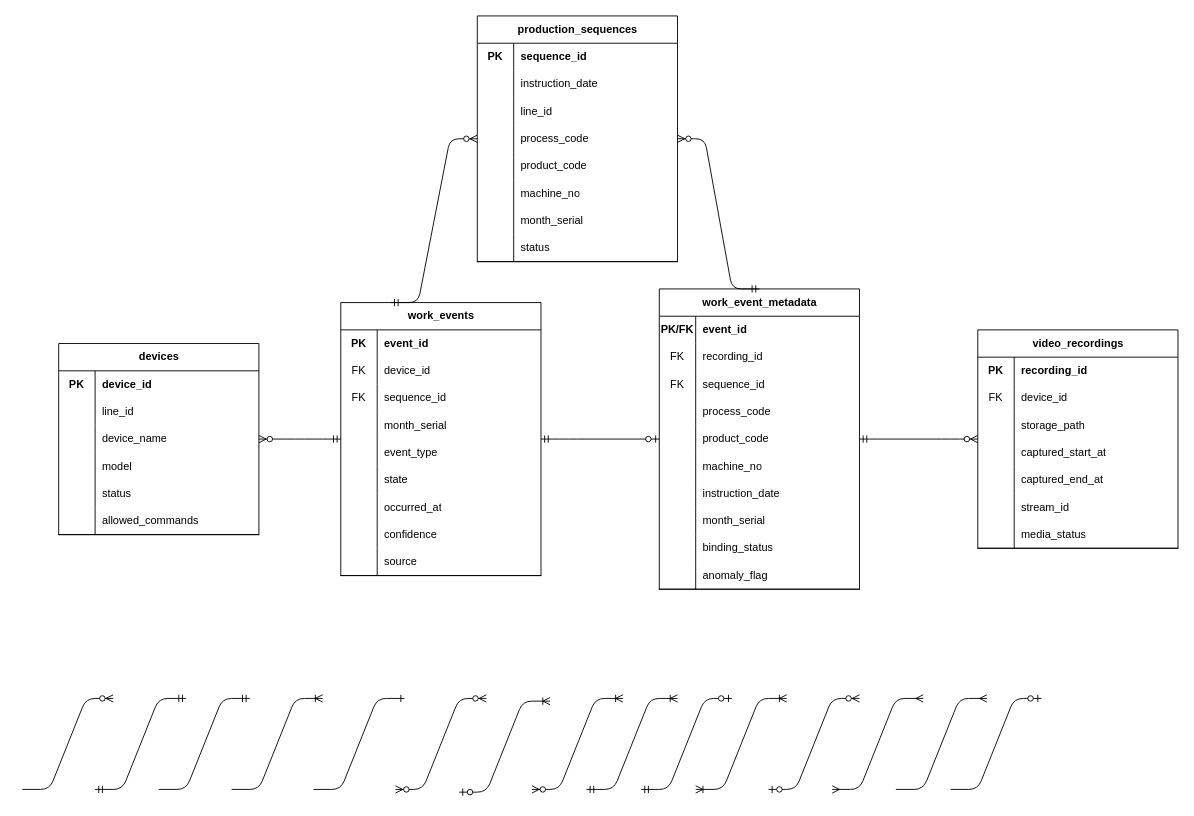
Above: docs/03000_設計書/03030_業務サービス層設計/03036_データベース設計書/業務サービス層ER図.drawio in daichiTAAA/AirakuVision (draw.io), before the change. Source tidied: cells renumbered, new cells numbered last; positions are measured from the earlier drawing's top-left corner, leaving out a move shared by most shapes. Both pictures are drawn from the tidied source at 91%, with x=0, y=0 at pixel (22, 15).
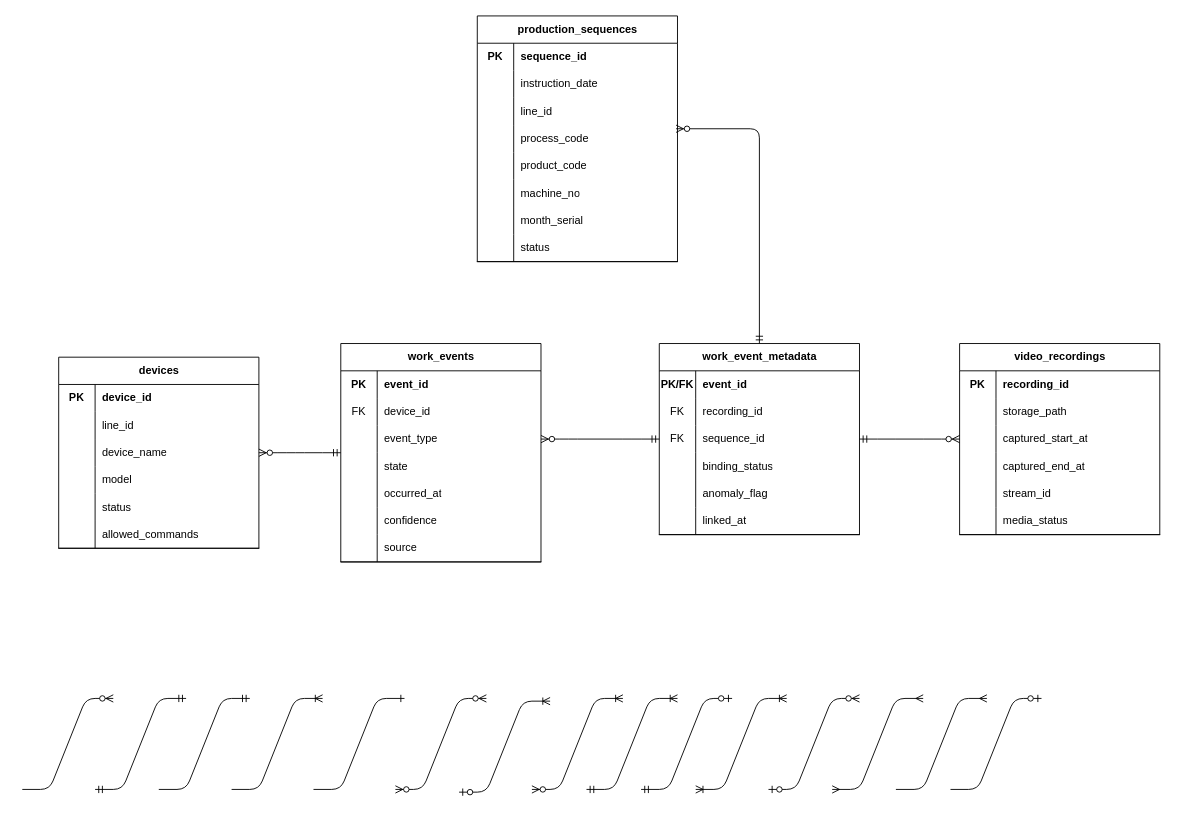
The same diagram, later.

Commit message (it also covers changes not shown here):
設計書を追加した

Unchanged cells that the change refers to:
```xml
<mxCell id="21" value="production_sequences" style="shape=table;startSize=30;childLayout=tableLayout;rowLines=0;fontStyle=1;align=center;html=1;" parent="1" vertex="1">
  <mxGeometry x="500" width="220" height="270" as="geometry" />
</mxCell>
<mxCell id="31" style="shape=tableRow;horizontal=0;startSize=0;swimlaneHead=0;swimlaneBody=0;fillColor=none;points=[[0,0.5],[1,0.5]];portConstraint=eastwest;top=0;left=0;right=0;bottom=0;" parent="21" vertex="1">
  <mxGeometry y="120" width="220" height="30" as="geometry" />
</mxCell>
<mxCell id="81" style="shape=tableRow;horizontal=0;startSize=0;swimlaneHead=0;swimlaneBody=0;fillColor=none;points=[[0,0.5],[1,0.5]];portConstraint=eastwest;top=0;left=0;right=0;bottom=0;" parent="74" vertex="1">
  <mxGeometry y="90" width="220" height="30" as="geometry" />
</mxCell>
<mxCell id="84" style="shape=tableRow;horizontal=0;startSize=0;swimlaneHead=0;swimlaneBody=0;fillColor=none;top=0;left=0;right=0;bottom=0;" parent="74" vertex="1">
  <mxGeometry y="120" width="220" height="30" as="geometry" />
</mxCell>
<mxCell id="87" style="shape=tableRow;horizontal=0;startSize=0;swimlaneHead=0;swimlaneBody=0;fillColor=none;top=0;left=0;right=0;bottom=0;" parent="74" vertex="1">
  <mxGeometry y="150" width="220" height="30" as="geometry" />
</mxCell>
```

The edit, as a diff of the source:
```diff
@@
     <mxCell id="2" value="devices" style="shape=table;startSize=30;childLayout=tableLayout;rowLines=0;fontStyle=1;align=center;html=1;" parent="1" vertex="1">
-      <mxGeometry x="40" y="360" width="220" height="210" as="geometry" />
+      <mxGeometry x="40" y="375" width="220" height="210" as="geometry" />
     </mxCell>
@@
     <mxCell id="46" value="work_events" style="shape=table;startSize=30;childLayout=tableLayout;rowLines=0;fontStyle=1;align=center;html=1;" parent="1" vertex="1">
-      <mxGeometry x="350" y="315" width="220" height="300" as="geometry" />
+      <mxGeometry x="350" y="360" width="220" height="240" as="geometry" />
     </mxCell>
@@
-    <mxCell id="53" style="shape=tableRow;horizontal=0;startSize=0;swimlaneHead=0;swimlaneBody=0;fillColor=none;top=0;left=0;right=0;bottom=0;" parent="46" vertex="1">
-      <mxGeometry y="90" width="220" height="30" as="geometry" />
-    </mxCell>
-    <mxCell id="54" value="FK" style="shape=partialRectangle;fillColor=none;top=0;left=0;bottom=0;right=0;overflow=hidden;whiteSpace=wrap;html=1;" parent="53" vertex="1">
-      <mxGeometry width="40" height="30" as="geometry" />
-    </mxCell>
-    <mxCell id="55" value="sequence_id" style="shape=partialRectangle;fillColor=none;top=0;left=0;bottom=0;right=0;align=left;spacingLeft=6;overflow=hidden;whiteSpace=wrap;html=1;" parent="53" vertex="1">
-      <mxGeometry x="40" width="180" height="30" as="geometry" />
-    </mxCell>
-    <mxCell id="56" style="shape=tableRow;horizontal=0;startSize=0;swimlaneHead=0;swimlaneBody=0;fillColor=none;top=0;left=0;right=0;bottom=0;" parent="46" vertex="1">
-      <mxGeometry y="120" width="220" height="30" as="geometry" />
-    </mxCell>
-    <mxCell id="57" style="shape=partialRectangle;fillColor=none;top=0;left=0;bottom=0;right=0;overflow=hidden;whiteSpace=wrap;html=1;" parent="56" vertex="1">
-      <mxGeometry width="40" height="30" as="geometry" />
-    </mxCell>
-    <mxCell id="58" value="month_serial" style="shape=partialRectangle;fillColor=none;top=0;left=0;bottom=0;right=0;align=left;spacingLeft=6;overflow=hidden;whiteSpace=wrap;html=1;" parent="56" vertex="1">
-      <mxGeometry x="40" width="180" height="30" as="geometry" />
-    </mxCell>
     <mxCell id="59" style="shape=tableRow;horizontal=0;startSize=0;swimlaneHead=0;swimlaneBody=0;fillColor=none;points=[[0,0.5],[1,0.5]];portConstraint=eastwest;top=0;left=0;right=0;bottom=0;" parent="46" vertex="1">
-      <mxGeometry y="150" width="220" height="30" as="geometry" />
+      <mxGeometry y="90" width="220" height="30" as="geometry" />
     </mxCell>
@@
     <mxCell id="62" style="shape=tableRow;horizontal=0;startSize=0;swimlaneHead=0;swimlaneBody=0;fillColor=none;top=0;left=0;right=0;bottom=0;" parent="46" vertex="1">
-      <mxGeometry y="180" width="220" height="30" as="geometry" />
+      <mxGeometry y="120" width="220" height="30" as="geometry" />
     </mxCell>
@@
     <mxCell id="65" style="shape=tableRow;horizontal=0;startSize=0;swimlaneHead=0;swimlaneBody=0;fillColor=none;top=0;left=0;right=0;bottom=0;" parent="46" vertex="1">
-      <mxGeometry y="210" width="220" height="30" as="geometry" />
+      <mxGeometry y="150" width="220" height="30" as="geometry" />
     </mxCell>
@@
     <mxCell id="68" style="shape=tableRow;horizontal=0;startSize=0;swimlaneHead=0;swimlaneBody=0;fillColor=none;top=0;left=0;right=0;bottom=0;" parent="46" vertex="1">
-      <mxGeometry y="240" width="220" height="30" as="geometry" />
+      <mxGeometry y="180" width="220" height="30" as="geometry" />
     </mxCell>
@@
     <mxCell id="71" style="shape=tableRow;horizontal=0;startSize=0;swimlaneHead=0;swimlaneBody=0;fillColor=none;top=0;left=0;right=0;bottom=1;" parent="46" vertex="1">
-      <mxGeometry y="270" width="220" height="30" as="geometry" />
+      <mxGeometry y="210" width="220" height="30" as="geometry" />
     </mxCell>
@@
     <mxCell id="74" value="work_event_metadata" style="shape=table;startSize=30;childLayout=tableLayout;rowLines=0;fontStyle=1;align=center;html=1;" parent="1" vertex="1">
-      <mxGeometry x="700" y="300" width="220" height="330" as="geometry" />
+      <mxGeometry x="700" y="360" width="220" height="210" as="geometry" />
     </mxCell>
@@
-    <mxCell id="86" value="process_code" style="shape=partialRectangle;fillColor=none;top=0;left=0;bottom=0;right=0;align=left;spacingLeft=6;overflow=hidden;whiteSpace=wrap;html=1;" parent="84" vertex="1">
+    <mxCell id="86" value="binding_status" style="shape=partialRectangle;fillColor=none;top=0;left=0;bottom=0;right=0;align=left;spacingLeft=6;overflow=hidden;whiteSpace=wrap;html=1;" parent="84" vertex="1">
       <mxGeometry x="40" width="180" height="30" as="geometry" />
     </mxCell>
@@
-    <mxCell id="89" value="product_code" style="shape=partialRectangle;fillColor=none;top=0;left=0;bottom=0;right=0;align=left;spacingLeft=6;overflow=hidden;whiteSpace=wrap;html=1;" parent="87" vertex="1">
+    <mxCell id="89" value="anomaly_flag" style="shape=partialRectangle;fillColor=none;top=0;left=0;bottom=0;right=0;align=left;spacingLeft=6;overflow=hidden;whiteSpace=wrap;html=1;" parent="87" vertex="1">
       <mxGeometry x="40" width="180" height="30" as="geometry" />
     </mxCell>
-    <mxCell id="90" style="shape=tableRow;horizontal=0;startSize=0;swimlaneHead=0;swimlaneBody=0;fillColor=none;top=0;left=0;right=0;bottom=0;" parent="74" vertex="1">
+    <mxCell id="90" style="shape=tableRow;horizontal=0;startSize=0;swimlaneHead=0;swimlaneBody=0;fillColor=none;top=0;left=0;right=0;bottom=1;" parent="74" vertex="1">
       <mxGeometry y="180" width="220" height="30" as="geometry" />
     </mxCell>
@@
-    <mxCell id="92" value="machine_no" style="shape=partialRectangle;fillColor=none;top=0;left=0;bottom=0;right=0;align=left;spacingLeft=6;overflow=hidden;whiteSpace=wrap;html=1;" parent="90" vertex="1">
+    <mxCell id="92" value="linked_at" style="shape=partialRectangle;fillColor=none;top=0;left=0;bottom=0;right=0;align=left;spacingLeft=6;overflow=hidden;whiteSpace=wrap;html=1;" parent="90" vertex="1">
       <mxGeometry x="40" width="180" height="30" as="geometry" />
     </mxCell>
-    <mxCell id="93" style="shape=tableRow;horizontal=0;startSize=0;swimlaneHead=0;swimlaneBody=0;fillColor=none;points=[[0,0.5],[1,0.5]];portConstraint=eastwest;top=0;left=0;right=0;bottom=0;" parent="74" vertex="1">
-      <mxGeometry y="210" width="220" height="30" as="geometry" />
+    <mxCell id="93" value="video_recordings" style="shape=table;startSize=30;childLayout=tableLayout;rowLines=0;fontStyle=1;align=center;html=1;" parent="1" vertex="1">
+      <mxGeometry x="1030" y="360" width="220" height="210" as="geometry" />
     </mxCell>
-    <mxCell id="94" style="shape=partialRectangle;fillColor=none;top=0;left=0;bottom=0;right=0;overflow=hidden;whiteSpace=wrap;html=1;" parent="93" vertex="1">
-      <mxGeometry width="40" height="30" as="geometry" />
+    <mxCell id="94" style="shape=tableRow;horizontal=0;startSize=0;swimlaneHead=0;swimlaneBody=0;fillColor=none;top=0;left=0;right=0;bottom=0;" parent="93" vertex="1">
+      <mxGeometry y="30" width="220" height="30" as="geometry" />
     </mxCell>
-    <mxCell id="95" value="instruction_date" style="shape=partialRectangle;fillColor=none;top=0;left=0;bottom=0;right=0;align=left;spacingLeft=6;overflow=hidden;whiteSpace=wrap;html=1;" parent="93" vertex="1">
-      <mxGeometry x="40" width="180" height="30" as="geometry" />
+    <mxCell id="95" value="PK" style="shape=partialRectangle;fillColor=none;top=0;left=0;bottom=0;right=0;fontStyle=1;overflow=hidden;whiteSpace=wrap;html=1;" parent="94" vertex="1">
+      <mxGeometry width="40" height="30" as="geometry" />
     </mxCell>
-    <mxCell id="96" style="shape=tableRow;horizontal=0;startSize=0;swimlaneHead=0;swimlaneBody=0;fillColor=none;top=0;left=0;right=0;bottom=0;" parent="74" vertex="1">
-      <mxGeometry y="240" width="220" height="30" as="geometry" />
+    <mxCell id="96" value="recording_id" style="shape=partialRectangle;fillColor=none;top=0;left=0;bottom=0;right=0;align=left;spacingLeft=6;fontStyle=1;overflow=hidden;whiteSpace=wrap;html=1;" parent="94" vertex="1">
+      <mxGeometry x="40" width="180" height="30" as="geometry" />
     </mxCell>
-    <mxCell id="97" style="shape=partialRectangle;fillColor=none;top=0;left=0;bottom=0;right=0;overflow=hidden;whiteSpace=wrap;html=1;" parent="96" vertex="1">
-      <mxGeometry width="40" height="30" as="geometry" />
-    </mxCell>
-    <mxCell id="98" value="month_serial" style="shape=partialRectangle;fillColor=none;top=0;left=0;bottom=0;right=0;align=left;spacingLeft=6;overflow=hidden;whiteSpace=wrap;html=1;" parent="96" vertex="1">
-      <mxGeometry x="40" width="180" height="30" as="geometry" />
-    </mxCell>
-    <mxCell id="99" style="shape=tableRow;horizontal=0;startSize=0;swimlaneHead=0;swimlaneBody=0;fillColor=none;top=0;left=0;right=0;bottom=0;" parent="74" vertex="1">
-      <mxGeometry y="270" width="220" height="30" as="geometry" />
-    </mxCell>
-    <mxCell id="100" style="shape=partialRectangle;fillColor=none;top=0;left=0;bottom=0;right=0;overflow=hidden;whiteSpace=wrap;html=1;" parent="99" vertex="1">
-      <mxGeometry width="40" height="30" as="geometry" />
+    <mxCell id="100" style="shape=tableRow;horizontal=0;startSize=0;swimlaneHead=0;swimlaneBody=0;fillColor=none;top=0;left=0;right=0;bottom=0;" parent="93" vertex="1">
+      <mxGeometry y="60" width="220" height="30" as="geometry" />
     </mxCell>
-    <mxCell id="101" value="binding_status" style="shape=partialRectangle;fillColor=none;top=0;left=0;bottom=0;right=0;align=left;spacingLeft=6;overflow=hidden;whiteSpace=wrap;html=1;" parent="99" vertex="1">
-      <mxGeometry x="40" width="180" height="30" as="geometry" />
+    <mxCell id="101" style="shape=partialRectangle;fillColor=none;top=0;left=0;bottom=0;right=0;overflow=hidden;whiteSpace=wrap;html=1;" parent="100" vertex="1">
+      <mxGeometry width="40" height="30" as="geometry" />
     </mxCell>
-    <mxCell id="102" style="shape=tableRow;horizontal=0;startSize=0;swimlaneHead=0;swimlaneBody=0;fillColor=none;top=0;left=0;right=0;bottom=1;" parent="74" vertex="1">
-      <mxGeometry y="300" width="220" height="30" as="geometry" />
+    <mxCell id="102" value="storage_path" style="shape=partialRectangle;fillColor=none;top=0;left=0;bottom=0;right=0;align=left;spacingLeft=6;overflow=hidden;whiteSpace=wrap;html=1;" parent="100" vertex="1">
+      <mxGeometry x="40" width="180" height="30" as="geometry" />
     </mxCell>
-    <mxCell id="103" style="shape=partialRectangle;fillColor=none;top=0;left=0;bottom=0;right=0;overflow=hidden;whiteSpace=wrap;html=1;" parent="102" vertex="1">
-      <mxGeometry width="40" height="30" as="geometry" />
+    <mxCell id="103" style="shape=tableRow;horizontal=0;startSize=0;swimlaneHead=0;swimlaneBody=0;fillColor=none;top=0;left=0;right=0;bottom=0;" parent="93" vertex="1">
+      <mxGeometry y="90" width="220" height="30" as="geometry" />
     </mxCell>
-    <mxCell id="104" value="anomaly_flag" style="shape=partialRectangle;fillColor=none;top=0;left=0;bottom=0;right=0;align=left;spacingLeft=6;overflow=hidden;whiteSpace=wrap;html=1;" parent="102" vertex="1">
-      <mxGeometry x="40" width="180" height="30" as="geometry" />
+    <mxCell id="104" style="shape=partialRectangle;fillColor=none;top=0;left=0;bottom=0;right=0;overflow=hidden;whiteSpace=wrap;html=1;" parent="103" vertex="1">
+      <mxGeometry width="40" height="30" as="geometry" />
     </mxCell>
-    <mxCell id="105" value="video_recordings" style="shape=table;startSize=30;childLayout=tableLayout;rowLines=0;fontStyle=1;align=center;html=1;" parent="1" vertex="1">
-      <mxGeometry x="1050" y="345" width="220" height="240" as="geometry" />
+    <mxCell id="105" value="captured_start_at" style="shape=partialRectangle;fillColor=none;top=0;left=0;bottom=0;right=0;align=left;spacingLeft=6;overflow=hidden;whiteSpace=wrap;html=1;" parent="103" vertex="1">
+      <mxGeometry x="40" width="180" height="30" as="geometry" />
     </mxCell>
-    <mxCell id="106" style="shape=tableRow;horizontal=0;startSize=0;swimlaneHead=0;swimlaneBody=0;fillColor=none;top=0;left=0;right=0;bottom=0;" parent="105" vertex="1">
-      <mxGeometry y="30" width="220" height="30" as="geometry" />
+    <mxCell id="106" style="shape=tableRow;horizontal=0;startSize=0;swimlaneHead=0;swimlaneBody=0;fillColor=none;top=0;left=0;right=0;bottom=0;" parent="93" vertex="1">
+      <mxGeometry y="120" width="220" height="30" as="geometry" />
     </mxCell>
-    <mxCell id="107" value="PK" style="shape=partialRectangle;fillColor=none;top=0;left=0;bottom=0;right=0;fontStyle=1;overflow=hidden;whiteSpace=wrap;html=1;" parent="106" vertex="1">
+    <mxCell id="107" style="shape=partialRectangle;fillColor=none;top=0;left=0;bottom=0;right=0;overflow=hidden;whiteSpace=wrap;html=1;" parent="106" vertex="1">
       <mxGeometry width="40" height="30" as="geometry" />
     </mxCell>
-    <mxCell id="108" value="recording_id" style="shape=partialRectangle;fillColor=none;top=0;left=0;bottom=0;right=0;align=left;spacingLeft=6;fontStyle=1;overflow=hidden;whiteSpace=wrap;html=1;" parent="106" vertex="1">
+    <mxCell id="108" value="captured_end_at" style="shape=partialRectangle;fillColor=none;top=0;left=0;bottom=0;right=0;align=left;spacingLeft=6;overflow=hidden;whiteSpace=wrap;html=1;" parent="106" vertex="1">
       <mxGeometry x="40" width="180" height="30" as="geometry" />
     </mxCell>
-    <mxCell id="109" style="shape=tableRow;horizontal=0;startSize=0;swimlaneHead=0;swimlaneBody=0;fillColor=none;top=0;left=0;right=0;bottom=0;" parent="105" vertex="1">
-      <mxGeometry y="60" width="220" height="30" as="geometry" />
+    <mxCell id="109" style="shape=tableRow;horizontal=0;startSize=0;swimlaneHead=0;swimlaneBody=0;fillColor=none;top=0;left=0;right=0;bottom=0;" parent="93" vertex="1">
+      <mxGeometry y="150" width="220" height="30" as="geometry" />
     </mxCell>
-    <mxCell id="110" value="FK" style="shape=partialRectangle;fillColor=none;top=0;left=0;bottom=0;right=0;overflow=hidden;whiteSpace=wrap;html=1;" parent="109" vertex="1">
+    <mxCell id="110" style="shape=partialRectangle;fillColor=none;top=0;left=0;bottom=0;right=0;overflow=hidden;whiteSpace=wrap;html=1;" parent="109" vertex="1">
       <mxGeometry width="40" height="30" as="geometry" />
     </mxCell>
-    <mxCell id="111" value="device_id" style="shape=partialRectangle;fillColor=none;top=0;left=0;bottom=0;right=0;align=left;spacingLeft=6;overflow=hidden;whiteSpace=wrap;html=1;" parent="109" vertex="1">
+    <mxCell id="111" value="stream_id" style="shape=partialRectangle;fillColor=none;top=0;left=0;bottom=0;right=0;align=left;spacingLeft=6;overflow=hidden;whiteSpace=wrap;html=1;" parent="109" vertex="1">
       <mxGeometry x="40" width="180" height="30" as="geometry" />
     </mxCell>
-    <mxCell id="112" style="shape=tableRow;horizontal=0;startSize=0;swimlaneHead=0;swimlaneBody=0;fillColor=none;top=0;left=0;right=0;bottom=0;" parent="105" vertex="1">
-      <mxGeometry y="90" width="220" height="30" as="geometry" />
+    <mxCell id="112" style="shape=tableRow;horizontal=0;startSize=0;swimlaneHead=0;swimlaneBody=0;fillColor=none;top=0;left=0;right=0;bottom=1;" parent="93" vertex="1">
+      <mxGeometry y="180" width="220" height="30" as="geometry" />
     </mxCell>
@@
-    <mxCell id="114" value="storage_path" style="shape=partialRectangle;fillColor=none;top=0;left=0;bottom=0;right=0;align=left;spacingLeft=6;overflow=hidden;whiteSpace=wrap;html=1;" parent="112" vertex="1">
+    <mxCell id="114" value="media_status" style="shape=partialRectangle;fillColor=none;top=0;left=0;bottom=0;right=0;align=left;spacingLeft=6;overflow=hidden;whiteSpace=wrap;html=1;" parent="112" vertex="1">
       <mxGeometry x="40" width="180" height="30" as="geometry" />
     </mxCell>
-    <mxCell id="115" style="shape=tableRow;horizontal=0;startSize=0;swimlaneHead=0;swimlaneBody=0;fillColor=none;top=0;left=0;right=0;bottom=0;" parent="105" vertex="1">
-      <mxGeometry y="120" width="220" height="30" as="geometry" />
+    <mxCell id="115" style="edgeStyle=entityRelationEdgeStyle;fontSize=12;html=1;startArrow=ERzeroToMany;startFill=1;endArrow=ERmandOne;" parent="1" edge="1" source="2" target="46">
+      <mxGeometry relative="1" as="geometry" />
     </mxCell>
-    <mxCell id="116" style="shape=partialRectangle;fillColor=none;top=0;left=0;bottom=0;right=0;overflow=hidden;whiteSpace=wrap;html=1;" parent="115" vertex="1">
-      <mxGeometry width="40" height="30" as="geometry" />
-    </mxCell>
-    <mxCell id="117" value="captured_start_at" style="shape=partialRectangle;fillColor=none;top=0;left=0;bottom=0;right=0;align=left;spacingLeft=6;overflow=hidden;whiteSpace=wrap;html=1;" parent="115" vertex="1">
-      <mxGeometry x="40" width="180" height="30" as="geometry" />
-    </mxCell>
-    <mxCell id="118" style="shape=tableRow;horizontal=0;startSize=0;swimlaneHead=0;swimlaneBody=0;fillColor=none;top=0;left=0;right=0;bottom=0;" parent="105" vertex="1">
-      <mxGeometry y="150" width="220" height="30" as="geometry" />
+    <mxCell id="118" style="edgeStyle=entityRelationEdgeStyle;fontSize=12;html=1;startArrow=ERzeroToMany;startFill=1;endArrow=ERmandOne;" parent="1" edge="1" source="93" target="74">
+      <mxGeometry relative="1" as="geometry" />
     </mxCell>
-    <mxCell id="119" style="shape=partialRectangle;fillColor=none;top=0;left=0;bottom=0;right=0;overflow=hidden;whiteSpace=wrap;html=1;" parent="118" vertex="1">
-      <mxGeometry width="40" height="30" as="geometry" />
-    </mxCell>
-    <mxCell id="120" value="captured_end_at" style="shape=partialRectangle;fillColor=none;top=0;left=0;bottom=0;right=0;align=left;spacingLeft=6;overflow=hidden;whiteSpace=wrap;html=1;" parent="118" vertex="1">
-      <mxGeometry x="40" width="180" height="30" as="geometry" />
-    </mxCell>
-    <mxCell id="121" style="shape=tableRow;horizontal=0;startSize=0;swimlaneHead=0;swimlaneBody=0;fillColor=none;top=0;left=0;right=0;bottom=0;" parent="105" vertex="1">
-      <mxGeometry y="180" width="220" height="30" as="geometry" />
-    </mxCell>
-    <mxCell id="122" style="shape=partialRectangle;fillColor=none;top=0;left=0;bottom=0;right=0;overflow=hidden;whiteSpace=wrap;html=1;" parent="121" vertex="1">
-      <mxGeometry width="40" height="30" as="geometry" />
-    </mxCell>
-    <mxCell id="123" value="stream_id" style="shape=partialRectangle;fillColor=none;top=0;left=0;bottom=0;right=0;align=left;spacingLeft=6;overflow=hidden;whiteSpace=wrap;html=1;" parent="121" vertex="1">
-      <mxGeometry x="40" width="180" height="30" as="geometry" />
-    </mxCell>
-    <mxCell id="124" style="shape=tableRow;horizontal=0;startSize=0;swimlaneHead=0;swimlaneBody=0;fillColor=none;top=0;left=0;right=0;bottom=1;" parent="105" vertex="1">
-      <mxGeometry y="210" width="220" height="30" as="geometry" />
-    </mxCell>
-    <mxCell id="125" style="shape=partialRectangle;fillColor=none;top=0;left=0;bottom=0;right=0;overflow=hidden;whiteSpace=wrap;html=1;" parent="124" vertex="1">
-      <mxGeometry width="40" height="30" as="geometry" />
-    </mxCell>
-    <mxCell id="126" value="media_status" style="shape=partialRectangle;fillColor=none;top=0;left=0;bottom=0;right=0;align=left;spacingLeft=6;overflow=hidden;whiteSpace=wrap;html=1;" parent="124" vertex="1">
-      <mxGeometry x="40" width="180" height="30" as="geometry" />
-    </mxCell>
-    <mxCell id="127" style="edgeStyle=entityRelationEdgeStyle;fontSize=12;html=1;startArrow=ERzeroToMany;startFill=1;endArrow=ERmandOne;" parent="1" edge="1" source="2" target="46">
-      <mxGeometry relative="1" as="geometry" />
-    </mxCell>
-    <mxCell id="128" style="edgeStyle=entityRelationEdgeStyle;fontSize=12;html=1;startArrow=ERmandOne;endArrow=ERzeroToOne;endFill=1;" parent="1" edge="1" source="46" target="74">
-      <mxGeometry relative="1" as="geometry" />
-    </mxCell>
-    <mxCell id="129" style="edgeStyle=entityRelationEdgeStyle;fontSize=12;html=1;startArrow=ERzeroToMany;startFill=1;endArrow=ERmandOne;" parent="1" edge="1" source="105" target="74">
-      <mxGeometry relative="1" as="geometry" />
-    </mxCell>
-    <mxCell id="130" style="edgeStyle=entityRelationEdgeStyle;fontSize=12;html=1;startArrow=ERzeroToMany;startFill=1;endArrow=ERmandOne;entryX=0.5;entryY=0;entryDx=0;entryDy=0;" parent="1" edge="1" source="21" target="74">
-      <mxGeometry relative="1" as="geometry">
-        <Array as="points">
-          <mxPoint x="800" y="220" />
-        </Array>
-      </mxGeometry>
-    </mxCell>
-    <mxCell id="131" style="edgeStyle=entityRelationEdgeStyle;fontSize=12;html=1;endArrow=ERzeroToMany;endFill=1;" parent="1" edge="1">
-      <mxGeometry relative="1" as="geometry">
-        <mxPoint y="850" as="sourcePoint" />
-        <mxPoint x="100" y="750" as="targetPoint" />
-      </mxGeometry>
-    </mxCell>
@@
-    <mxCell id="140" style="edgeStyle=entityRelationEdgeStyle;fontSize=12;html=1;endArrow=ERzeroToMany;startArrow=ERmandOne;exitX=0.25;exitY=0;exitDx=0;exitDy=0;entryX=0;entryY=0.5;entryDx=0;entryDy=0;" parent="1" edge="1" source="46" target="31">
-      <mxGeometry relative="1" as="geometry" />
-    </mxCell>
@@
+    <mxCell id="131" style="edgeStyle=entityRelationEdgeStyle;fontSize=12;html=1;endArrow=ERzeroToMany;endFill=1;" parent="1" edge="1">
+      <mxGeometry relative="1" as="geometry">
+        <mxPoint y="850" as="sourcePoint" />
+        <mxPoint x="100" y="750" as="targetPoint" />
+      </mxGeometry>
+    </mxCell>
+    <mxCell id="147" style="edgeStyle=entityRelationEdgeStyle;fontSize=12;html=1;endArrow=ERzeroToMany;startArrow=ERmandOne;entryX=1;entryY=0.5;entryDx=0;entryDy=0;exitX=0;exitY=0.5;exitDx=0;exitDy=0;" parent="1" edge="1" source="81" target="59">
+      <mxGeometry relative="1" as="geometry" />
+    </mxCell>
+    <mxCell id="148" style="edgeStyle=orthogonalEdgeStyle;fontSize=12;html=1;endArrow=ERzeroToMany;startArrow=ERmandOne;entryX=0.993;entryY=0.133;entryDx=0;entryDy=0;exitX=0.5;exitY=0;exitDx=0;exitDy=0;entryPerimeter=0;" parent="1" edge="1" source="74" target="31">
+      <mxGeometry relative="1" as="geometry" />
+    </mxCell>
```
